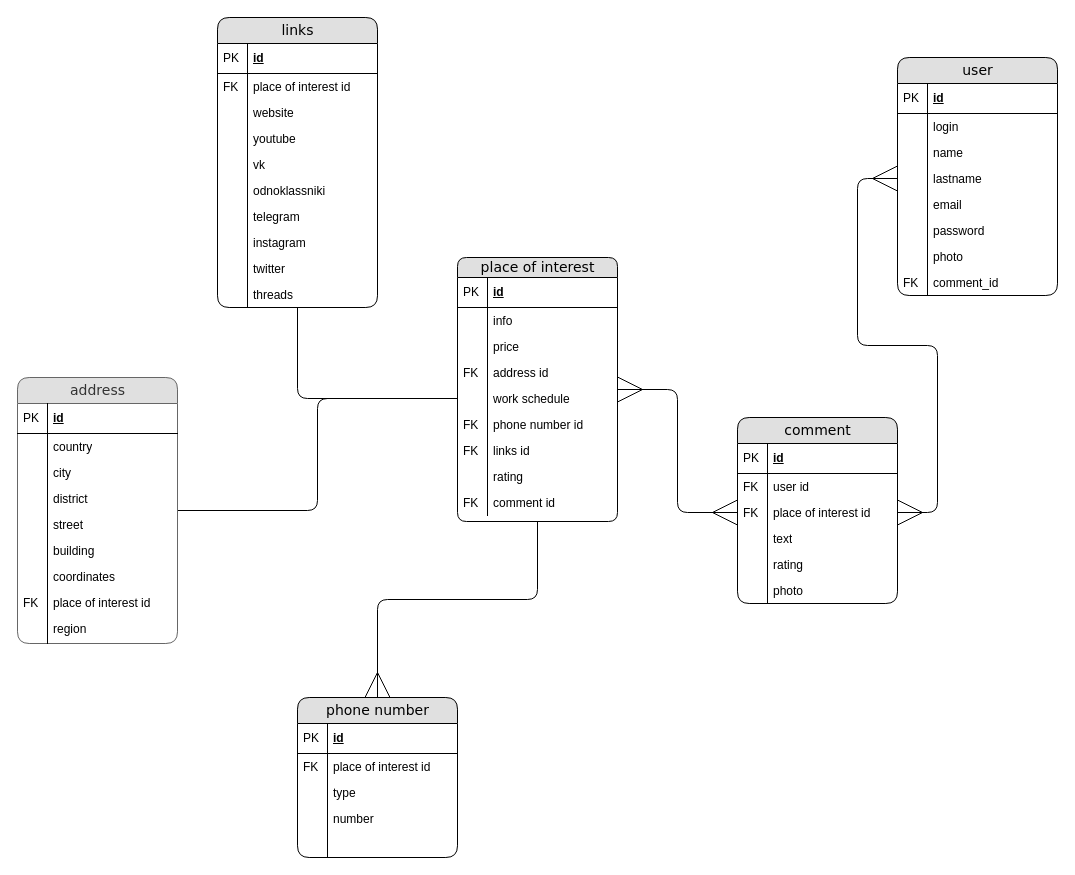
RinaBoni/travel_helper keeps this draw.io diagram as diagram/ERD.drawio. Above is the earlier version. Source tidied: cells renumbered, new cells numbered last; positions are measured from the earlier drawing's top-left corner, leaving out a move shared by most shapes. Both pictures are drawn from the tidied source at 100%, with x=0, y=0 at pixel (17, 17).
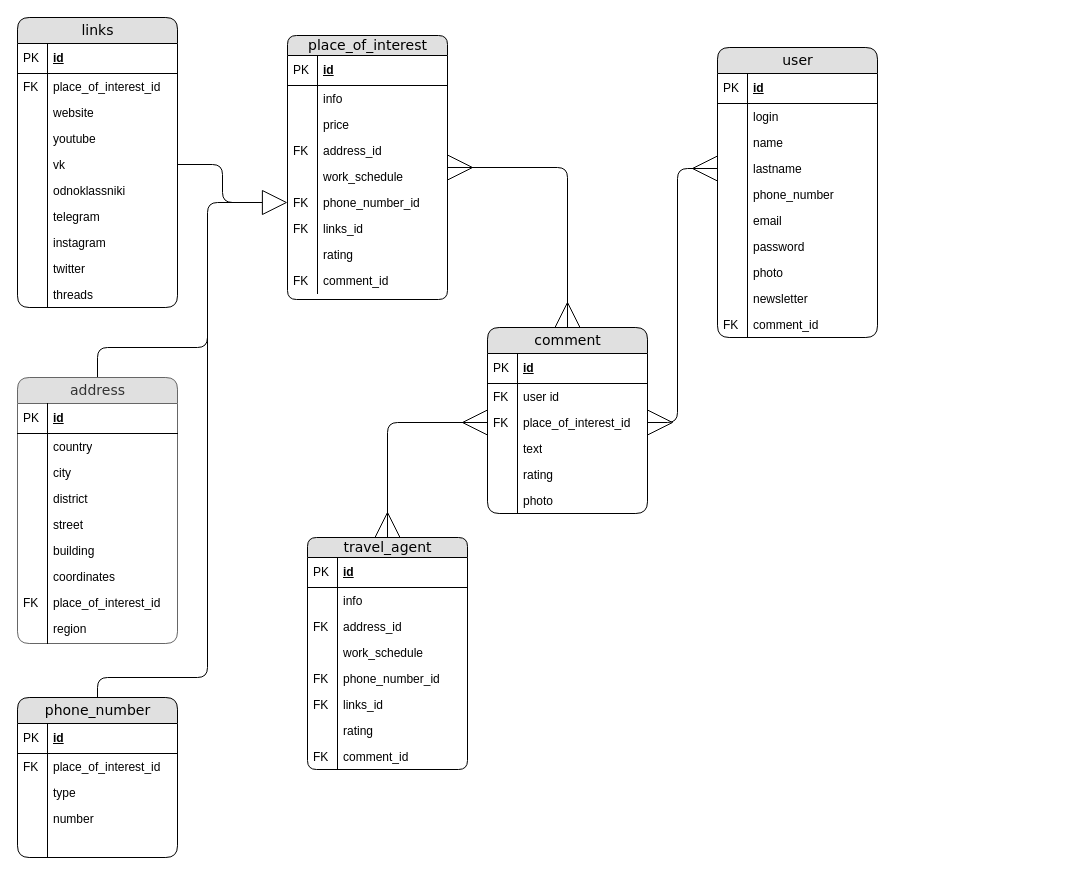
Above is the later version.

Unchanged cells that the change refers to:
```xml
<mxCell id="42" value="lastname" style="shape=partialRectangle;top=0;left=0;right=0;bottom=0;html=1;align=left;verticalAlign=top;fillColor=none;spacingLeft=34;spacingRight=4;whiteSpace=wrap;overflow=hidden;points=[[0,0.5],[1,0.5]];portConstraint=eastwest;" parent="35" vertex="1">
  <mxGeometry y="108" width="160" height="26" as="geometry" />
</mxCell>
<mxCell id="62" value="vk" style="shape=partialRectangle;top=0;left=0;right=0;bottom=0;html=1;align=left;verticalAlign=top;fillColor=none;spacingLeft=34;spacingRight=4;whiteSpace=wrap;overflow=hidden;points=[[0,0.5],[1,0.5]];portConstraint=eastwest;" parent="53" vertex="1">
  <mxGeometry y="134" width="160" height="26" as="geometry" />
</mxCell>
<mxCell id="76" value="address" style="swimlane;html=1;fontStyle=0;horizontal=1;startSize=26;swimlaneFillColor=#ffffff;align=center;rounded=1;shadow=0;comic=0;labelBackgroundColor=none;strokeWidth=1;fontFamily=Verdana;fontSize=14;fillColor=#E0E0E0;strokeColor=#666666;fontColor=#333333;" parent="1" vertex="1">
  <mxGeometry y="360" width="160" height="266" as="geometry" />
</mxCell>
```

What changed in the source:
```diff
@@
-    <mxCell id="2" style="edgeStyle=orthogonalEdgeStyle;jettySize=auto;html=1;entryX=0;entryY=0.5;entryDx=0;entryDy=0;endArrow=ERmany;endFill=0;startSize=23;strokeWidth=1;endSize=23;rounded=1;startArrow=ERmany;startFill=0;" parent="1" edge="1" source="3" target="27">
-      <mxGeometry relative="1" as="geometry" />
-    </mxCell>
+    <mxCell id="107" style="edgeStyle=orthogonalEdgeStyle;jettySize=auto;html=1;entryX=0.5;entryY=0;entryDx=0;entryDy=0;startArrow=ERmany;startFill=0;endArrow=ERmany;endFill=0;endSize=23;startSize=23;rounded=1;" parent="1" edge="1" source="3" target="22">
+      <mxGeometry relative="1" as="geometry" />
+    </mxCell>
-    <mxCell id="3" value="place of interest" style="swimlane;html=1;fontStyle=0;horizontal=1;startSize=20;fillColor=#e0e0e0;swimlaneFillColor=#ffffff;align=center;rounded=1;shadow=0;comic=0;labelBackgroundColor=none;strokeWidth=1;fontFamily=Verdana;fontSize=14;glass=0;swimlaneLine=1;" parent="1" vertex="1">
-      <mxGeometry x="440" y="240" width="160" height="264" as="geometry" />
+    <mxCell id="3" value="place_of_interest" style="swimlane;html=1;fontStyle=0;horizontal=1;startSize=20;fillColor=#e0e0e0;swimlaneFillColor=#ffffff;align=center;rounded=1;shadow=0;comic=0;labelBackgroundColor=none;strokeWidth=1;fontFamily=Verdana;fontSize=14;glass=0;swimlaneLine=1;" parent="1" vertex="1">
+      <mxGeometry x="270" y="18" width="160" height="264" as="geometry" />
     </mxCell>
@@
-    <mxCell id="10" value="address id" style="shape=partialRectangle;top=0;left=0;right=0;bottom=0;html=1;align=left;verticalAlign=top;fillColor=none;spacingLeft=34;spacingRight=4;whiteSpace=wrap;overflow=hidden;" parent="3" vertex="1">
+    <mxCell id="10" value="address_id" style="shape=partialRectangle;top=0;left=0;right=0;bottom=0;html=1;align=left;verticalAlign=top;fillColor=none;spacingLeft=34;spacingRight=4;whiteSpace=wrap;overflow=hidden;" parent="3" vertex="1">
       <mxGeometry y="102" width="160" height="26" as="geometry" />
     </mxCell>
@@
-    <mxCell id="12" value="work schedule" style="shape=partialRectangle;top=0;left=0;right=0;bottom=0;html=1;align=left;verticalAlign=top;fillColor=none;spacingLeft=34;spacingRight=4;whiteSpace=wrap;overflow=hidden;points=[[0,0.5],[1,0.5]];portConstraint=eastwest;" parent="3" vertex="1">
+    <mxCell id="12" value="work_schedule" style="shape=partialRectangle;top=0;left=0;right=0;bottom=0;html=1;align=left;verticalAlign=top;fillColor=none;spacingLeft=34;spacingRight=4;whiteSpace=wrap;overflow=hidden;points=[[0,0.5],[1,0.5]];portConstraint=eastwest;" parent="3" vertex="1">
       <mxGeometry y="128" width="160" height="26" as="geometry" />
     </mxCell>
@@
-    <mxCell id="14" value="phone number id" style="shape=partialRectangle;top=0;left=0;right=0;bottom=0;html=1;align=left;verticalAlign=top;fillColor=none;spacingLeft=34;spacingRight=4;whiteSpace=wrap;overflow=hidden;points=[[0,0.5],[1,0.5]];portConstraint=eastwest;" parent="3" vertex="1">
+    <mxCell id="14" value="phone_number_id" style="shape=partialRectangle;top=0;left=0;right=0;bottom=0;html=1;align=left;verticalAlign=top;fillColor=none;spacingLeft=34;spacingRight=4;whiteSpace=wrap;overflow=hidden;points=[[0,0.5],[1,0.5]];portConstraint=eastwest;" parent="3" vertex="1">
       <mxGeometry y="154" width="160" height="26" as="geometry" />
     </mxCell>
@@
-    <mxCell id="16" value="links id" style="shape=partialRectangle;top=0;left=0;right=0;bottom=0;html=1;align=left;verticalAlign=top;fillColor=none;spacingLeft=34;spacingRight=4;whiteSpace=wrap;overflow=hidden;" parent="3" vertex="1">
+    <mxCell id="16" value="links_id" style="shape=partialRectangle;top=0;left=0;right=0;bottom=0;html=1;align=left;verticalAlign=top;fillColor=none;spacingLeft=34;spacingRight=4;whiteSpace=wrap;overflow=hidden;" parent="3" vertex="1">
       <mxGeometry y="180" width="160" height="26" as="geometry" />
     </mxCell>
@@
-    <mxCell id="20" value="comment id" style="shape=partialRectangle;top=0;left=0;right=0;bottom=0;html=1;align=left;verticalAlign=top;fillColor=none;spacingLeft=34;spacingRight=4;whiteSpace=wrap;overflow=hidden;" parent="3" vertex="1">
+    <mxCell id="20" value="comment_id" style="shape=partialRectangle;top=0;left=0;right=0;bottom=0;html=1;align=left;verticalAlign=top;fillColor=none;spacingLeft=34;spacingRight=4;whiteSpace=wrap;overflow=hidden;" parent="3" vertex="1">
       <mxGeometry y="232" width="160" height="26" as="geometry" />
     </mxCell>
@@
     <mxCell id="22" value="comment" style="swimlane;html=1;fontStyle=0;horizontal=1;startSize=26;fillColor=#e0e0e0;swimlaneFillColor=#ffffff;align=center;rounded=1;shadow=0;comic=0;labelBackgroundColor=none;strokeWidth=1;fontFamily=Verdana;fontSize=14;" parent="1" vertex="1">
-      <mxGeometry x="720" y="400" width="160" height="186" as="geometry" />
+      <mxGeometry x="470" y="310" width="160" height="186" as="geometry" />
     </mxCell>
@@
-    <mxCell id="27" value="place of interest id" style="shape=partialRectangle;top=0;left=0;right=0;bottom=0;html=1;align=left;verticalAlign=top;fillColor=none;spacingLeft=34;spacingRight=4;whiteSpace=wrap;overflow=hidden;points=[[0,0.5],[1,0.5]];portConstraint=eastwest;" parent="22" vertex="1">
+    <mxCell id="27" value="place_of_interest_id" style="shape=partialRectangle;top=0;left=0;right=0;bottom=0;html=1;align=left;verticalAlign=top;fillColor=none;spacingLeft=34;spacingRight=4;whiteSpace=wrap;overflow=hidden;points=[[0,0.5],[1,0.5]];portConstraint=eastwest;" parent="22" vertex="1">
       <mxGeometry y="82" width="160" height="26" as="geometry" />
     </mxCell>
@@
     <mxCell id="35" value="user" style="swimlane;html=1;fontStyle=0;horizontal=1;startSize=26;fillColor=#e0e0e0;swimlaneFillColor=#ffffff;align=center;rounded=1;shadow=0;comic=0;labelBackgroundColor=none;strokeWidth=1;fontFamily=Verdana;fontSize=14;" parent="1" vertex="1">
-      <mxGeometry x="880" y="40" width="160" height="238" as="geometry" />
+      <mxGeometry x="700" y="30" width="160" height="290" as="geometry" />
     </mxCell>
@@
+    <mxCell id="108" value="phone_number" style="shape=partialRectangle;top=0;left=0;right=0;bottom=0;html=1;align=left;verticalAlign=top;fillColor=none;spacingLeft=34;spacingRight=4;whiteSpace=wrap;overflow=hidden;" parent="35" vertex="1">
+      <mxGeometry y="134" width="160" height="26" as="geometry" />
+    </mxCell>
+    <mxCell id="109" style="shape=partialRectangle;top=0;left=0;bottom=0;html=1;fillColor=none;align=left;verticalAlign=top;spacingLeft=4;spacingRight=4;whiteSpace=wrap;overflow=hidden;" parent="108" vertex="1">
+      <mxGeometry width="30" height="26" as="geometry" />
+    </mxCell>
     <mxCell id="44" value="email" style="shape=partialRectangle;top=0;left=0;right=0;bottom=0;html=1;align=left;verticalAlign=top;fillColor=none;spacingLeft=34;spacingRight=4;whiteSpace=wrap;overflow=hidden;" parent="35" vertex="1">
-      <mxGeometry y="134" width="160" height="26" as="geometry" />
+      <mxGeometry y="160" width="160" height="26" as="geometry" />
     </mxCell>
@@
     <mxCell id="46" value="password" style="shape=partialRectangle;top=0;left=0;right=0;bottom=0;html=1;align=left;verticalAlign=top;fillColor=none;spacingLeft=34;spacingRight=4;whiteSpace=wrap;overflow=hidden;" parent="35" vertex="1">
-      <mxGeometry y="160" width="160" height="26" as="geometry" />
+      <mxGeometry y="186" width="160" height="26" as="geometry" />
     </mxCell>
@@
     <mxCell id="48" value="photo" style="shape=partialRectangle;top=0;left=0;right=0;bottom=0;html=1;align=left;verticalAlign=top;fillColor=none;spacingLeft=34;spacingRight=4;whiteSpace=wrap;overflow=hidden;" parent="35" vertex="1">
-      <mxGeometry y="186" width="160" height="26" as="geometry" />
+      <mxGeometry y="212" width="160" height="26" as="geometry" />
     </mxCell>
@@
+    <mxCell id="110" value="newsletter" style="shape=partialRectangle;top=0;left=0;right=0;bottom=0;html=1;align=left;verticalAlign=top;fillColor=none;spacingLeft=34;spacingRight=4;whiteSpace=wrap;overflow=hidden;" parent="35" vertex="1">
+      <mxGeometry y="238" width="160" height="26" as="geometry" />
+    </mxCell>
+    <mxCell id="111" style="shape=partialRectangle;top=0;left=0;bottom=0;html=1;fillColor=none;align=left;verticalAlign=top;spacingLeft=4;spacingRight=4;whiteSpace=wrap;overflow=hidden;" parent="110" vertex="1">
+      <mxGeometry width="30" height="26" as="geometry" />
+    </mxCell>
     <mxCell id="50" value="comment_id" style="shape=partialRectangle;top=0;left=0;right=0;bottom=0;html=1;align=left;verticalAlign=top;fillColor=none;spacingLeft=34;spacingRight=4;whiteSpace=wrap;overflow=hidden;" parent="35" vertex="1">
-      <mxGeometry y="212" width="160" height="26" as="geometry" />
+      <mxGeometry y="264" width="160" height="26" as="geometry" />
     </mxCell>
@@
-    <mxCell id="52" style="edgeStyle=orthogonalEdgeStyle;jettySize=auto;html=1;entryX=0;entryY=0.5;entryDx=0;entryDy=0;rounded=1;endArrow=none;endFill=0;" parent="1" edge="1" source="53" target="12">
-      <mxGeometry relative="1" as="geometry" />
-    </mxCell>
     <mxCell id="53" value="links" style="swimlane;html=1;fontStyle=0;horizontal=1;startSize=26;fillColor=#e0e0e0;swimlaneFillColor=#ffffff;align=center;rounded=1;shadow=0;comic=0;labelBackgroundColor=none;strokeWidth=1;fontFamily=Verdana;fontSize=14;" parent="1" vertex="1">
-      <mxGeometry x="200" width="160" height="290" as="geometry" />
+      <mxGeometry width="160" height="290" as="geometry" />
     </mxCell>
@@
-    <mxCell id="56" value="place of interest id" style="shape=partialRectangle;top=0;left=0;right=0;bottom=0;html=1;align=left;verticalAlign=top;fillColor=none;spacingLeft=34;spacingRight=4;whiteSpace=wrap;overflow=hidden;" parent="53" vertex="1">
+    <mxCell id="56" value="place_of_interest_id" style="shape=partialRectangle;top=0;left=0;right=0;bottom=0;html=1;align=left;verticalAlign=top;fillColor=none;spacingLeft=34;spacingRight=4;whiteSpace=wrap;overflow=hidden;" parent="53" vertex="1">
       <mxGeometry y="56" width="160" height="26" as="geometry" />
     </mxCell>
@@
-    <mxCell id="74" style="edgeStyle=orthogonalEdgeStyle;rounded=1;jettySize=auto;html=1;entryX=0;entryY=0.5;entryDx=0;entryDy=0;endArrow=ERmany;endFill=0;startArrow=ERmany;startFill=0;strokeWidth=1;endSize=23;startSize=23;" parent="1" edge="1" source="27" target="42">
-      <mxGeometry relative="1" as="geometry" />
+    <mxCell id="74" style="edgeStyle=orthogonalEdgeStyle;jettySize=auto;html=1;entryX=0;entryY=0.5;entryDx=0;entryDy=0;endArrow=ERmany;endFill=0;startArrow=ERmany;startFill=0;strokeWidth=1;endSize=23;startSize=23;rounded=1;" parent="1" edge="1" source="27" target="42">
+      <mxGeometry relative="1" as="geometry">
+        <Array as="points">
+          <mxPoint x="660" y="405" />
+          <mxPoint x="660" y="151" />
+        </Array>
+      </mxGeometry>
     </mxCell>
-    <mxCell id="75" style="edgeStyle=orthogonalEdgeStyle;rounded=1;jettySize=auto;html=1;entryX=0;entryY=0.5;entryDx=0;entryDy=0;endArrow=none;endFill=0;" parent="1" edge="1" source="76" target="12">
-      <mxGeometry relative="1" as="geometry" />
-    </mxCell>
+    <mxCell id="112" style="edgeStyle=orthogonalEdgeStyle;rounded=1;jettySize=auto;html=1;endArrow=none;endFill=0;" parent="1" edge="1" source="76">
+      <mxGeometry relative="1" as="geometry">
+        <mxPoint x="240" y="185" as="targetPoint" />
+        <Array as="points">
+          <mxPoint x="80" y="330" />
+          <mxPoint x="190" y="330" />
+          <mxPoint x="190" y="185" />
+        </Array>
+      </mxGeometry>
+    </mxCell>
@@
-    <mxCell id="91" value="place of interest id" style="shape=partialRectangle;top=0;left=0;right=0;bottom=0;html=1;align=left;verticalAlign=top;fillColor=none;spacingLeft=34;spacingRight=4;whiteSpace=wrap;overflow=hidden;" parent="76" vertex="1">
+    <mxCell id="91" value="place_of_interest_id" style="shape=partialRectangle;top=0;left=0;right=0;bottom=0;html=1;align=left;verticalAlign=top;fillColor=none;spacingLeft=34;spacingRight=4;whiteSpace=wrap;overflow=hidden;" parent="76" vertex="1">
       <mxGeometry y="212" width="160" height="26" as="geometry" />
     </mxCell>
@@
-    <mxCell id="95" style="edgeStyle=orthogonalEdgeStyle;rounded=1;jettySize=auto;html=1;entryX=0.5;entryY=1;entryDx=0;entryDy=0;endArrow=none;endFill=0;startArrow=ERmany;startFill=0;startSize=23;" parent="1" edge="1" source="96" target="3">
-      <mxGeometry relative="1" as="geometry" />
-    </mxCell>
+    <mxCell id="113" style="edgeStyle=orthogonalEdgeStyle;rounded=1;jettySize=auto;html=1;endArrow=none;endFill=0;exitX=0.5;exitY=0;exitDx=0;exitDy=0;" parent="1" edge="1" source="96">
+      <mxGeometry relative="1" as="geometry">
+        <mxPoint x="190" y="270" as="targetPoint" />
+        <Array as="points">
+          <mxPoint x="80" y="660" />
+          <mxPoint x="190" y="660" />
+          <mxPoint x="190" y="300" />
+        </Array>
+      </mxGeometry>
+    </mxCell>
-    <mxCell id="96" value="phone number" style="swimlane;html=1;fontStyle=0;horizontal=1;startSize=26;fillColor=#e0e0e0;swimlaneFillColor=#ffffff;align=center;rounded=1;shadow=0;comic=0;labelBackgroundColor=none;strokeWidth=1;fontFamily=Verdana;fontSize=14;" parent="1" vertex="1">
-      <mxGeometry x="280" y="680" width="160" height="160" as="geometry" />
+    <mxCell id="96" value="phone_number" style="swimlane;html=1;fontStyle=0;horizontal=1;startSize=26;fillColor=#e0e0e0;swimlaneFillColor=#ffffff;align=center;rounded=1;shadow=0;comic=0;labelBackgroundColor=none;strokeWidth=1;fontFamily=Verdana;fontSize=14;" parent="1" vertex="1">
+      <mxGeometry y="680" width="160" height="160" as="geometry" />
     </mxCell>
@@
-    <mxCell id="99" value="place of interest id" style="shape=partialRectangle;top=0;left=0;right=0;bottom=0;html=1;align=left;verticalAlign=top;fillColor=none;spacingLeft=34;spacingRight=4;whiteSpace=wrap;overflow=hidden;" parent="96" vertex="1">
+    <mxCell id="99" value="place_of_interest_id" style="shape=partialRectangle;top=0;left=0;right=0;bottom=0;html=1;align=left;verticalAlign=top;fillColor=none;spacingLeft=34;spacingRight=4;whiteSpace=wrap;overflow=hidden;" parent="96" vertex="1">
       <mxGeometry y="56" width="160" height="26" as="geometry" />
     </mxCell>
@@
+    <mxCell id="114" style="edgeStyle=orthogonalEdgeStyle;jettySize=auto;html=1;entryX=0;entryY=0.5;entryDx=0;entryDy=0;endArrow=ERmany;endFill=0;startArrow=ERmany;startFill=0;endSize=23;startSize=23;rounded=1;" parent="1" edge="1" source="115" target="27">
+      <mxGeometry relative="1" as="geometry" />
+    </mxCell>
+    <mxCell id="115" value="travel_agent" style="swimlane;html=1;fontStyle=0;horizontal=1;startSize=20;fillColor=#e0e0e0;swimlaneFillColor=#ffffff;align=center;rounded=1;shadow=0;comic=0;labelBackgroundColor=none;strokeWidth=1;fontFamily=Verdana;fontSize=14;glass=0;swimlaneLine=1;" parent="1" vertex="1">
+      <mxGeometry x="290" y="520" width="160" height="232" as="geometry" />
+    </mxCell>
+    <mxCell id="116" value="id" style="shape=partialRectangle;top=0;left=0;right=0;bottom=1;html=1;align=left;verticalAlign=middle;fillColor=none;spacingLeft=34;spacingRight=4;whiteSpace=wrap;overflow=hidden;fontStyle=5;" parent="115" vertex="1">
+      <mxGeometry y="20" width="160" height="30" as="geometry" />
+    </mxCell>
+    <mxCell id="117" value="PK" style="shape=partialRectangle;top=0;left=0;bottom=0;html=1;fillColor=none;align=left;verticalAlign=middle;spacingLeft=4;spacingRight=4;whiteSpace=wrap;overflow=hidden;" parent="116" vertex="1">
+      <mxGeometry width="30" height="30" as="geometry" />
+    </mxCell>
+    <mxCell id="118" value="info" style="shape=partialRectangle;top=0;left=0;right=0;bottom=0;html=1;align=left;verticalAlign=top;fillColor=none;spacingLeft=34;spacingRight=4;whiteSpace=wrap;overflow=hidden;" parent="115" vertex="1">
+      <mxGeometry y="50" width="160" height="26" as="geometry" />
+    </mxCell>
+    <mxCell id="119" style="shape=partialRectangle;top=0;left=0;bottom=0;html=1;fillColor=none;align=left;verticalAlign=top;spacingLeft=4;spacingRight=4;whiteSpace=wrap;overflow=hidden;" parent="118" vertex="1">
+      <mxGeometry width="30" height="26" as="geometry" />
+    </mxCell>
+    <mxCell id="120" value="address_id" style="shape=partialRectangle;top=0;left=0;right=0;bottom=0;html=1;align=left;verticalAlign=top;fillColor=none;spacingLeft=34;spacingRight=4;whiteSpace=wrap;overflow=hidden;" parent="115" vertex="1">
+      <mxGeometry y="76" width="160" height="26" as="geometry" />
+    </mxCell>
+    <mxCell id="121" value="FK" style="shape=partialRectangle;top=0;left=0;bottom=0;html=1;fillColor=none;align=left;verticalAlign=top;spacingLeft=4;spacingRight=4;whiteSpace=wrap;overflow=hidden;" parent="120" vertex="1">
+      <mxGeometry width="30" height="26" as="geometry" />
+    </mxCell>
+    <mxCell id="122" value="work_schedule" style="shape=partialRectangle;top=0;left=0;right=0;bottom=0;html=1;align=left;verticalAlign=top;fillColor=none;spacingLeft=34;spacingRight=4;whiteSpace=wrap;overflow=hidden;" parent="115" vertex="1">
+      <mxGeometry y="102" width="160" height="26" as="geometry" />
+    </mxCell>
+    <mxCell id="123" style="shape=partialRectangle;top=0;left=0;bottom=0;html=1;fillColor=none;align=left;verticalAlign=top;spacingLeft=4;spacingRight=4;whiteSpace=wrap;overflow=hidden;" parent="122" vertex="1">
+      <mxGeometry width="30" height="26" as="geometry" />
+    </mxCell>
+    <mxCell id="124" value="phone_number_id" style="shape=partialRectangle;top=0;left=0;right=0;bottom=0;html=1;align=left;verticalAlign=top;fillColor=none;spacingLeft=34;spacingRight=4;whiteSpace=wrap;overflow=hidden;" parent="115" vertex="1">
+      <mxGeometry y="128" width="160" height="26" as="geometry" />
+    </mxCell>
+    <mxCell id="125" value="FK" style="shape=partialRectangle;top=0;left=0;bottom=0;html=1;fillColor=none;align=left;verticalAlign=top;spacingLeft=4;spacingRight=4;whiteSpace=wrap;overflow=hidden;" parent="124" vertex="1">
+      <mxGeometry width="30" height="26" as="geometry" />
+    </mxCell>
+    <mxCell id="126" value="links_id" style="shape=partialRectangle;top=0;left=0;right=0;bottom=0;html=1;align=left;verticalAlign=top;fillColor=none;spacingLeft=34;spacingRight=4;whiteSpace=wrap;overflow=hidden;" parent="115" vertex="1">
+      <mxGeometry y="154" width="160" height="26" as="geometry" />
+    </mxCell>
+    <mxCell id="127" value="FK" style="shape=partialRectangle;top=0;left=0;bottom=0;html=1;fillColor=none;align=left;verticalAlign=top;spacingLeft=4;spacingRight=4;whiteSpace=wrap;overflow=hidden;" parent="126" vertex="1">
+      <mxGeometry width="30" height="26" as="geometry" />
+    </mxCell>
+    <mxCell id="128" value="rating" style="shape=partialRectangle;top=0;left=0;right=0;bottom=0;html=1;align=left;verticalAlign=top;fillColor=none;spacingLeft=34;spacingRight=4;whiteSpace=wrap;overflow=hidden;" parent="115" vertex="1">
+      <mxGeometry y="180" width="160" height="26" as="geometry" />
+    </mxCell>
+    <mxCell id="129" style="shape=partialRectangle;top=0;left=0;bottom=0;html=1;fillColor=none;align=left;verticalAlign=top;spacingLeft=4;spacingRight=4;whiteSpace=wrap;overflow=hidden;" parent="128" vertex="1">
+      <mxGeometry width="30" height="26" as="geometry" />
+    </mxCell>
+    <mxCell id="130" value="comment_id" style="shape=partialRectangle;top=0;left=0;right=0;bottom=0;html=1;align=left;verticalAlign=top;fillColor=none;spacingLeft=34;spacingRight=4;whiteSpace=wrap;overflow=hidden;" parent="115" vertex="1">
+      <mxGeometry y="206" width="160" height="26" as="geometry" />
+    </mxCell>
+    <mxCell id="131" value="FK" style="shape=partialRectangle;top=0;left=0;bottom=0;html=1;fillColor=none;align=left;verticalAlign=top;spacingLeft=4;spacingRight=4;whiteSpace=wrap;overflow=hidden;" parent="130" vertex="1">
+      <mxGeometry width="30" height="26" as="geometry" />
+    </mxCell>
+    <mxCell id="132" style="edgeStyle=orthogonalEdgeStyle;rounded=1;jettySize=auto;html=1;endSize=23;startSize=23;endArrow=block;endFill=0;" parent="1" edge="1" source="62" target="14">
+      <mxGeometry relative="1" as="geometry" />
+    </mxCell>
```
